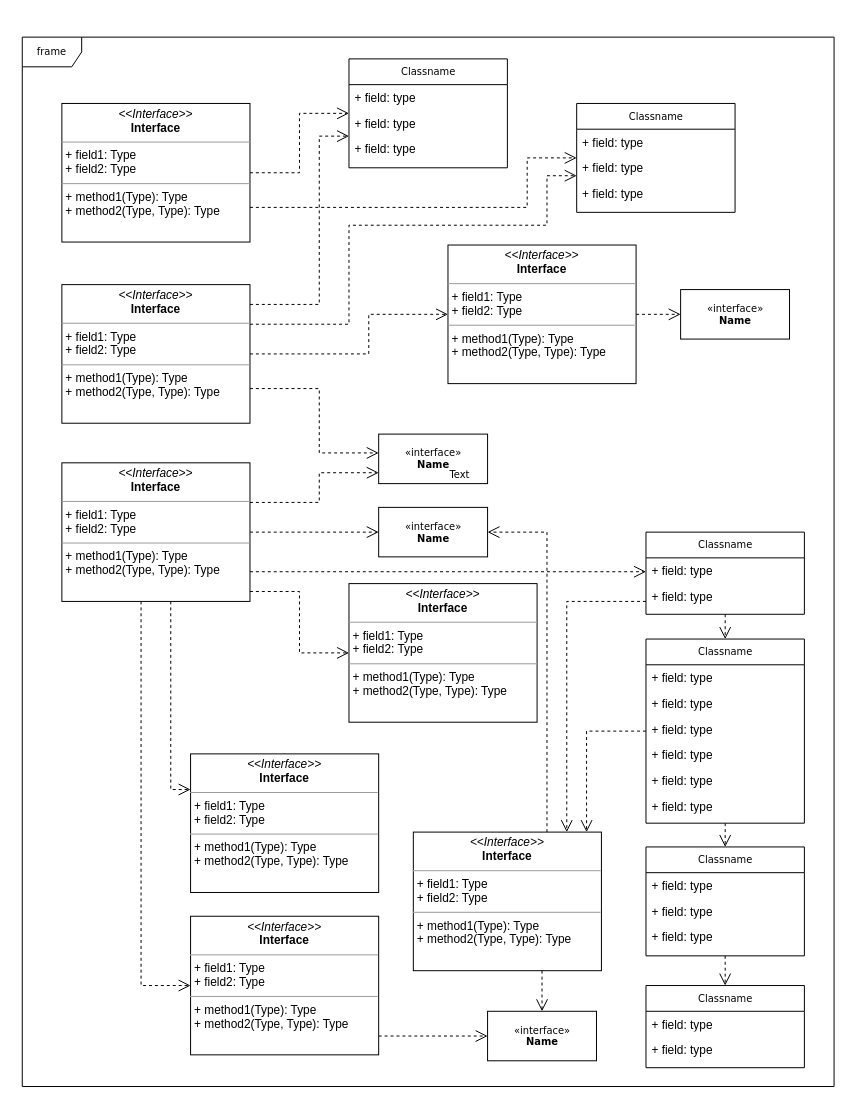
Earlier version of the draw.io diagram Untitled Diagram.drawio (alex90o/DiagramaDeClasesTpDigit). Source tidied: cells renumbered, new cells numbered last; positions are measured from the earlier drawing's top-left corner, leaving out a move shared by most shapes. Both pictures are drawn from the tidied source at 99%, with x=0, y=0 at pixel (22, 37).
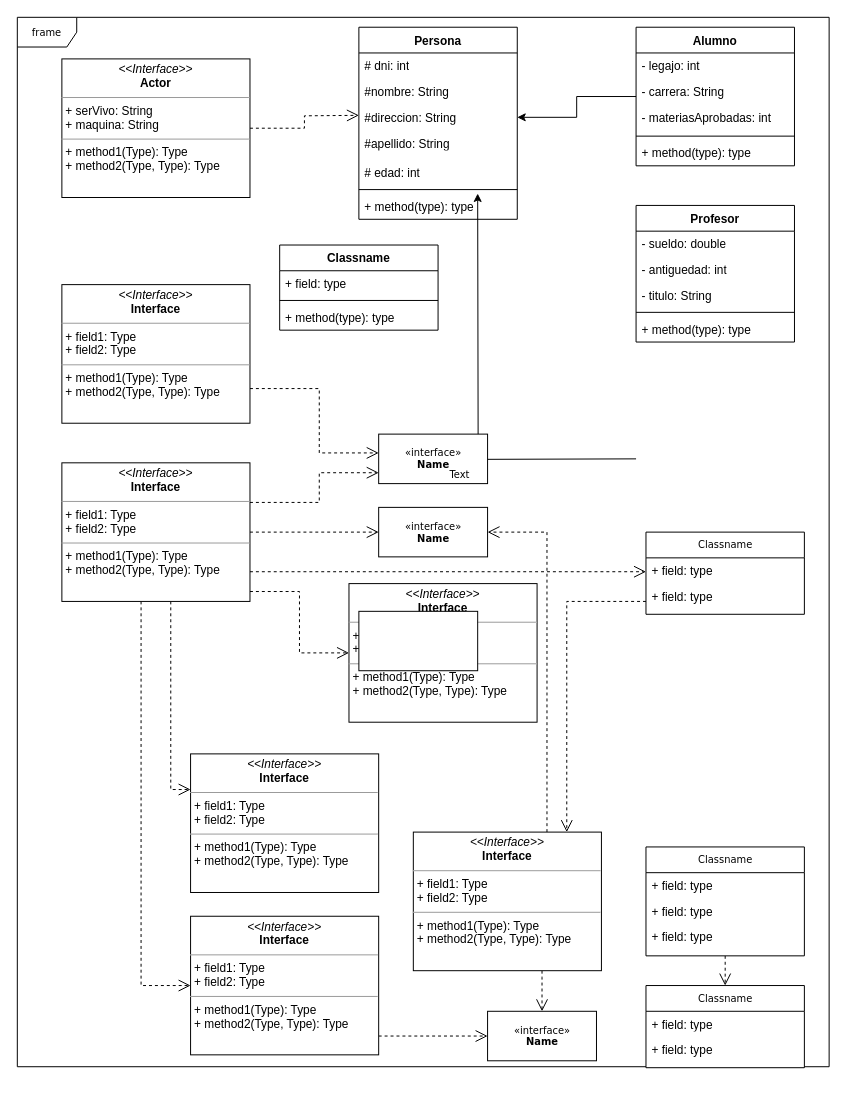
After the change.

Unchanged cells that the change refers to:
```xml
<mxCell id="24" value="Classname" style="swimlane;html=1;fontStyle=0;horizontal=1;startSize=26;fillColor=none;swimlaneFillColor=#ffffff;rounded=0;shadow=0;comic=0;labelBackgroundColor=none;strokeWidth=1;fontFamily=Verdana;fontSize=10;align=center;" parent="1" vertex="1">
  <mxGeometry x="630" y="818" width="160" height="110" as="geometry" />
</mxCell>
<mxCell id="29" value="Classname" style="swimlane;html=1;fontStyle=0;horizontal=1;startSize=26;fillColor=none;swimlaneFillColor=#ffffff;rounded=0;shadow=0;comic=0;labelBackgroundColor=none;strokeWidth=1;fontFamily=Verdana;fontSize=10;align=center;" parent="1" vertex="1">
  <mxGeometry x="630" y="500" width="160" height="83" as="geometry" />
</mxCell>
<mxCell id="35" value="&lt;p style=&quot;margin:0px;margin-top:4px;text-align:center;&quot;&gt;&lt;i&gt;&amp;lt;&amp;lt;Interface&amp;gt;&amp;gt;&lt;/i&gt;&lt;br/&gt;&lt;b&gt;Interface&lt;/b&gt;&lt;/p&gt;&lt;hr size=&quot;1&quot;/&gt;&lt;p style=&quot;margin:0px;margin-left:4px;&quot;&gt;+ field1: Type&lt;br/&gt;+ field2: Type&lt;/p&gt;&lt;hr size=&quot;1&quot;/&gt;&lt;p style=&quot;margin:0px;margin-left:4px;&quot;&gt;+ method1(Type): Type&lt;br/&gt;+ method2(Type, Type): Type&lt;/p&gt;" style="verticalAlign=top;align=left;overflow=fill;fontSize=12;fontFamily=Helvetica;html=1;rounded=0;shadow=0;comic=0;labelBackgroundColor=none;strokeWidth=1;" parent="1" vertex="1">
  <mxGeometry x="395" y="803" width="190" height="140" as="geometry" />
</mxCell>
<mxCell id="53" value="&lt;p style=&quot;margin:0px;margin-top:4px;text-align:center;&quot;&gt;&lt;i&gt;&amp;lt;&amp;lt;Interface&amp;gt;&amp;gt;&lt;/i&gt;&lt;br/&gt;&lt;b&gt;Interface&lt;/b&gt;&lt;/p&gt;&lt;hr size=&quot;1&quot;/&gt;&lt;p style=&quot;margin:0px;margin-left:4px;&quot;&gt;+ field1: Type&lt;br/&gt;+ field2: Type&lt;/p&gt;&lt;hr size=&quot;1&quot;/&gt;&lt;p style=&quot;margin:0px;margin-left:4px;&quot;&gt;+ method1(Type): Type&lt;br/&gt;+ method2(Type, Type): Type&lt;/p&gt;" style="verticalAlign=top;align=left;overflow=fill;fontSize=12;fontFamily=Helvetica;html=1;rounded=0;shadow=0;comic=0;labelBackgroundColor=none;strokeWidth=1;" parent="1" vertex="1">
  <mxGeometry x="40" y="250" width="190" height="140" as="geometry" />
</mxCell>
```

What changed in the source:
```diff
@@
     <mxCell id="2" value="frame" style="shape=umlFrame;whiteSpace=wrap;html=1;rounded=0;shadow=0;comic=0;labelBackgroundColor=none;strokeWidth=1;fontFamily=Verdana;fontSize=10;align=center;" parent="1" vertex="1">
-      <mxGeometry width="820" height="1060" as="geometry" />
+      <mxGeometry x="-5" y="-20" width="820" height="1060" as="geometry" />
     </mxCell>
-    <mxCell id="3" style="edgeStyle=orthogonalEdgeStyle;rounded=0;html=1;dashed=1;labelBackgroundColor=none;startFill=0;endArrow=open;endFill=0;endSize=10;fontFamily=Verdana;fontSize=10;" parent="1" edge="1" source="5" target="35">
-      <mxGeometry relative="1" as="geometry">
-        <Array as="points">
-          <mxPoint x="570" y="701" />
-        </Array>
-      </mxGeometry>
-    </mxCell>
-    <mxCell id="4" style="edgeStyle=orthogonalEdgeStyle;rounded=0;html=1;dashed=1;labelBackgroundColor=none;startFill=0;endArrow=open;endFill=0;endSize=10;fontFamily=Verdana;fontSize=10;" parent="1" edge="1" source="5" target="24">
-      <mxGeometry relative="1" as="geometry" />
-    </mxCell>
-    <mxCell id="5" value="Classname" style="swimlane;html=1;fontStyle=0;horizontal=1;startSize=26;fillColor=none;swimlaneFillColor=#ffffff;rounded=0;shadow=0;comic=0;labelBackgroundColor=none;strokeWidth=1;fontFamily=Verdana;fontSize=10;align=center;" parent="1" vertex="1">
-      <mxGeometry x="630" y="608" width="160" height="186" as="geometry" />
-    </mxCell>
-    <mxCell id="6" value="+ field: type" style="text;html=1;strokeColor=none;fillColor=none;align=left;verticalAlign=top;spacingLeft=4;spacingRight=4;whiteSpace=wrap;overflow=hidden;" parent="5" vertex="1">
-      <mxGeometry y="26" width="160" height="26" as="geometry" />
-    </mxCell>
-    <mxCell id="7" value="+ field: type" style="text;html=1;strokeColor=none;fillColor=none;align=left;verticalAlign=top;spacingLeft=4;spacingRight=4;whiteSpace=wrap;overflow=hidden;" parent="5" vertex="1">
-      <mxGeometry y="52" width="160" height="26" as="geometry" />
-    </mxCell>
-    <mxCell id="8" value="+ field: type" style="text;html=1;strokeColor=none;fillColor=none;align=left;verticalAlign=top;spacingLeft=4;spacingRight=4;whiteSpace=wrap;overflow=hidden;" parent="5" vertex="1">
-      <mxGeometry y="78" width="160" height="26" as="geometry" />
-    </mxCell>
-    <mxCell id="9" value="+ field: type" style="text;html=1;strokeColor=none;fillColor=none;align=left;verticalAlign=top;spacingLeft=4;spacingRight=4;whiteSpace=wrap;overflow=hidden;" parent="5" vertex="1">
-      <mxGeometry y="104" width="160" height="26" as="geometry" />
-    </mxCell>
-    <mxCell id="10" value="+ field: type" style="text;html=1;strokeColor=none;fillColor=none;align=left;verticalAlign=top;spacingLeft=4;spacingRight=4;whiteSpace=wrap;overflow=hidden;" parent="5" vertex="1">
-      <mxGeometry y="130" width="160" height="26" as="geometry" />
-    </mxCell>
-    <mxCell id="11" value="+ field: type" style="text;html=1;strokeColor=none;fillColor=none;align=left;verticalAlign=top;spacingLeft=4;spacingRight=4;whiteSpace=wrap;overflow=hidden;" parent="5" vertex="1">
-      <mxGeometry y="156" width="160" height="26" as="geometry" />
-    </mxCell>
-    <mxCell id="12" value="Classname" style="swimlane;html=1;fontStyle=0;horizontal=1;startSize=26;fillColor=none;swimlaneFillColor=#ffffff;rounded=0;shadow=0;comic=0;labelBackgroundColor=none;strokeWidth=1;fontFamily=Verdana;fontSize=10;align=center;" parent="1" vertex="1">
-      <mxGeometry x="330" y="22" width="160" height="110" as="geometry" />
-    </mxCell>
-    <mxCell id="13" value="+ field: type" style="text;html=1;strokeColor=none;fillColor=none;align=left;verticalAlign=top;spacingLeft=4;spacingRight=4;whiteSpace=wrap;overflow=hidden;" parent="12" vertex="1">
-      <mxGeometry y="26" width="160" height="26" as="geometry" />
-    </mxCell>
-    <mxCell id="14" value="+ field: type" style="text;html=1;strokeColor=none;fillColor=none;align=left;verticalAlign=top;spacingLeft=4;spacingRight=4;whiteSpace=wrap;overflow=hidden;" parent="12" vertex="1">
-      <mxGeometry y="52" width="160" height="26" as="geometry" />
-    </mxCell>
-    <mxCell id="15" value="+ field: type" style="text;html=1;strokeColor=none;fillColor=none;align=left;verticalAlign=top;spacingLeft=4;spacingRight=4;whiteSpace=wrap;overflow=hidden;" parent="12" vertex="1">
-      <mxGeometry y="78" width="160" height="26" as="geometry" />
-    </mxCell>
-    <mxCell id="16" value="Classname" style="swimlane;html=1;fontStyle=0;horizontal=1;startSize=26;fillColor=none;swimlaneFillColor=#ffffff;rounded=0;shadow=0;comic=0;labelBackgroundColor=none;strokeWidth=1;fontFamily=Verdana;fontSize=10;align=center;" parent="1" vertex="1">
-      <mxGeometry x="560" y="67" width="160" height="110" as="geometry" />
-    </mxCell>
-    <mxCell id="17" value="+ field: type" style="text;html=1;strokeColor=none;fillColor=none;align=left;verticalAlign=top;spacingLeft=4;spacingRight=4;whiteSpace=wrap;overflow=hidden;" parent="16" vertex="1">
-      <mxGeometry y="26" width="160" height="26" as="geometry" />
-    </mxCell>
-    <mxCell id="18" value="+ field: type" style="text;html=1;strokeColor=none;fillColor=none;align=left;verticalAlign=top;spacingLeft=4;spacingRight=4;whiteSpace=wrap;overflow=hidden;" parent="16" vertex="1">
-      <mxGeometry y="52" width="160" height="26" as="geometry" />
-    </mxCell>
-    <mxCell id="19" value="+ field: type" style="text;html=1;strokeColor=none;fillColor=none;align=left;verticalAlign=top;spacingLeft=4;spacingRight=4;whiteSpace=wrap;overflow=hidden;" parent="16" vertex="1">
-      <mxGeometry y="78" width="160" height="26" as="geometry" />
-    </mxCell>
+    <mxCell id="62" style="edgeStyle=orthogonalEdgeStyle;rounded=0;orthogonalLoop=1;jettySize=auto;html=1;entryX=0.75;entryY=1;entryDx=0;entryDy=0;" parent="1" edge="1">
+      <mxGeometry relative="1" as="geometry">
+        <mxPoint x="620" y="426" as="sourcePoint" />
+        <mxPoint x="460" y="158" as="targetPoint" />
+      </mxGeometry>
+    </mxCell>
@@
-    <mxCell id="28" style="edgeStyle=orthogonalEdgeStyle;rounded=0;html=1;dashed=1;labelBackgroundColor=none;startFill=0;endArrow=open;endFill=0;endSize=10;fontFamily=Verdana;fontSize=10;" parent="1" edge="1" source="29" target="5">
-      <mxGeometry relative="1" as="geometry" />
-    </mxCell>
@@
-    <mxCell id="42" style="edgeStyle=orthogonalEdgeStyle;rounded=0;html=1;dashed=1;labelBackgroundColor=none;startFill=0;endArrow=open;endFill=0;endSize=10;fontFamily=Verdana;fontSize=10;" parent="1" edge="1" source="43" target="45">
-      <mxGeometry relative="1" as="geometry" />
-    </mxCell>
-    <mxCell id="43" value="&lt;p style=&quot;margin:0px;margin-top:4px;text-align:center;&quot;&gt;&lt;i&gt;&amp;lt;&amp;lt;Interface&amp;gt;&amp;gt;&lt;/i&gt;&lt;br/&gt;&lt;b&gt;Interface&lt;/b&gt;&lt;/p&gt;&lt;hr size=&quot;1&quot;/&gt;&lt;p style=&quot;margin:0px;margin-left:4px;&quot;&gt;+ field1: Type&lt;br/&gt;+ field2: Type&lt;/p&gt;&lt;hr size=&quot;1&quot;/&gt;&lt;p style=&quot;margin:0px;margin-left:4px;&quot;&gt;+ method1(Type): Type&lt;br/&gt;+ method2(Type, Type): Type&lt;/p&gt;" style="verticalAlign=top;align=left;overflow=fill;fontSize=12;fontFamily=Helvetica;html=1;rounded=0;shadow=0;comic=0;labelBackgroundColor=none;strokeWidth=1;" parent="1" vertex="1">
-      <mxGeometry x="430" y="210" width="190" height="140" as="geometry" />
-    </mxCell>
@@
-    <mxCell id="45" value="&amp;laquo;interface&amp;raquo;&lt;br&gt;&lt;b&gt;Name&lt;/b&gt;" style="html=1;rounded=0;shadow=0;comic=0;labelBackgroundColor=none;strokeWidth=1;fontFamily=Verdana;fontSize=10;align=center;" parent="1" vertex="1">
-      <mxGeometry x="665" y="255" width="110" height="50" as="geometry" />
-    </mxCell>
-    <mxCell id="46" style="edgeStyle=orthogonalEdgeStyle;rounded=0;html=1;labelBackgroundColor=none;startFill=0;endArrow=open;endFill=0;endSize=10;fontFamily=Verdana;fontSize=10;dashed=1;" parent="1" edge="1" source="48" target="12">
-      <mxGeometry relative="1" as="geometry" />
+    <mxCell id="46" style="edgeStyle=orthogonalEdgeStyle;rounded=0;html=1;labelBackgroundColor=none;startFill=0;endArrow=open;endFill=0;endSize=10;fontFamily=Verdana;fontSize=10;dashed=1;" parent="1" edge="1" source="48">
+      <mxGeometry relative="1" as="geometry">
+        <mxPoint x="340" y="79" as="targetPoint" />
+      </mxGeometry>
     </mxCell>
-    <mxCell id="47" style="edgeStyle=orthogonalEdgeStyle;rounded=0;html=1;exitX=1;exitY=0.75;dashed=1;labelBackgroundColor=none;startFill=0;endArrow=open;endFill=0;endSize=10;fontFamily=Verdana;fontSize=10;" parent="1" edge="1" source="48" target="16">
-      <mxGeometry relative="1" as="geometry">
-        <Array as="points">
-          <mxPoint x="510" y="172" />
-          <mxPoint x="510" y="122" />
-        </Array>
-      </mxGeometry>
-    </mxCell>
-    <mxCell id="48" value="&lt;p style=&quot;margin:0px;margin-top:4px;text-align:center;&quot;&gt;&lt;i&gt;&amp;lt;&amp;lt;Interface&amp;gt;&amp;gt;&lt;/i&gt;&lt;br/&gt;&lt;b&gt;Interface&lt;/b&gt;&lt;/p&gt;&lt;hr size=&quot;1&quot;/&gt;&lt;p style=&quot;margin:0px;margin-left:4px;&quot;&gt;+ field1: Type&lt;br/&gt;+ field2: Type&lt;/p&gt;&lt;hr size=&quot;1&quot;/&gt;&lt;p style=&quot;margin:0px;margin-left:4px;&quot;&gt;+ method1(Type): Type&lt;br/&gt;+ method2(Type, Type): Type&lt;/p&gt;" style="verticalAlign=top;align=left;overflow=fill;fontSize=12;fontFamily=Helvetica;html=1;rounded=0;shadow=0;comic=0;labelBackgroundColor=none;strokeWidth=1;" parent="1" vertex="1">
-      <mxGeometry x="40" y="67" width="190" height="140" as="geometry" />
+    <mxCell id="48" value="&lt;p style=&quot;margin: 0px ; margin-top: 4px ; text-align: center&quot;&gt;&lt;i&gt;&amp;lt;&amp;lt;Interface&amp;gt;&amp;gt;&lt;/i&gt;&lt;br&gt;&lt;b&gt;Actor&lt;/b&gt;&lt;/p&gt;&lt;hr size=&quot;1&quot;&gt;&lt;p style=&quot;margin: 0px ; margin-left: 4px&quot;&gt;+ serVivo: String&lt;br&gt;+ maquina: String&lt;/p&gt;&lt;hr size=&quot;1&quot;&gt;&lt;p style=&quot;margin: 0px ; margin-left: 4px&quot;&gt;+ method1(Type): Type&lt;br&gt;+ method2(Type, Type): Type&lt;/p&gt;" style="verticalAlign=top;align=left;overflow=fill;fontSize=12;fontFamily=Helvetica;html=1;rounded=0;shadow=0;comic=0;labelBackgroundColor=none;strokeWidth=1;" parent="1" vertex="1">
+      <mxGeometry x="40" y="22" width="190" height="140" as="geometry" />
     </mxCell>
-    <mxCell id="49" style="edgeStyle=orthogonalEdgeStyle;rounded=0;html=1;dashed=1;labelBackgroundColor=none;startFill=0;endArrow=open;endFill=0;endSize=10;fontFamily=Verdana;fontSize=10;" parent="1" edge="1" source="53" target="12">
-      <mxGeometry relative="1" as="geometry">
-        <Array as="points">
-          <mxPoint x="300" y="270" />
-          <mxPoint x="300" y="100" />
-        </Array>
-      </mxGeometry>
-    </mxCell>
-    <mxCell id="50" style="edgeStyle=orthogonalEdgeStyle;rounded=0;html=1;dashed=1;labelBackgroundColor=none;startFill=0;endArrow=open;endFill=0;endSize=10;fontFamily=Verdana;fontSize=10;" parent="1" edge="1" source="53" target="16">
-      <mxGeometry relative="1" as="geometry">
-        <Array as="points">
-          <mxPoint x="330" y="290" />
-          <mxPoint x="330" y="190" />
-          <mxPoint x="530" y="190" />
-          <mxPoint x="530" y="140" />
-        </Array>
-      </mxGeometry>
-    </mxCell>
-    <mxCell id="51" style="edgeStyle=orthogonalEdgeStyle;rounded=0;html=1;dashed=1;labelBackgroundColor=none;startFill=0;endArrow=open;endFill=0;endSize=10;fontFamily=Verdana;fontSize=10;" parent="1" edge="1" source="53" target="43">
-      <mxGeometry relative="1" as="geometry">
-        <Array as="points">
-          <mxPoint x="350" y="320" />
-          <mxPoint x="350" y="280" />
-        </Array>
-      </mxGeometry>
-    </mxCell>
@@
+    <mxCell id="63" style="rounded=0;whiteSpace=wrap;html=1;" parent="1" vertex="1">
+      <mxGeometry x="340" y="580" width="120" height="60" as="geometry" />
+    </mxCell>
+    <mxCell id="64" value="Persona" style="swimlane;fontStyle=1;align=center;verticalAlign=top;horizontal=1;startSize=26;" parent="1" vertex="1">
+      <mxGeometry x="340" y="-10" width="160" height="194" as="geometry" />
+    </mxCell>
+    <mxCell id="65" value="# dni: int" style="text;html=1;strokeColor=none;fillColor=none;align=left;verticalAlign=top;spacingLeft=4;spacingRight=4;whiteSpace=wrap;overflow=hidden;" parent="64" vertex="1">
+      <mxGeometry y="26" width="160" height="26" as="geometry" />
+    </mxCell>
+    <mxCell id="66" value="#nombre: String" style="text;html=1;strokeColor=none;fillColor=none;align=left;verticalAlign=top;spacingLeft=4;spacingRight=4;whiteSpace=wrap;overflow=hidden;" parent="64" vertex="1">
+      <mxGeometry y="52" width="160" height="26" as="geometry" />
+    </mxCell>
+    <mxCell id="67" value="#direccion: String" style="text;html=1;strokeColor=none;fillColor=none;align=left;verticalAlign=top;spacingLeft=4;spacingRight=4;whiteSpace=wrap;overflow=hidden;points=[[0,0.5],[1,0.5]];portConstraint=eastwest;" parent="64" vertex="1">
+      <mxGeometry y="78" width="160" height="26" as="geometry" />
+    </mxCell>
+    <mxCell id="68" value="#apellido: String&lt;br&gt;" style="text;html=1;strokeColor=none;fillColor=none;align=left;verticalAlign=top;spacingLeft=4;spacingRight=4;whiteSpace=wrap;overflow=hidden;" parent="64" vertex="1">
+      <mxGeometry y="104" width="160" height="30" as="geometry" />
+    </mxCell>
+    <mxCell id="69" value="# edad: int" style="text;html=1;strokeColor=none;fillColor=none;align=left;verticalAlign=top;spacingLeft=4;spacingRight=4;whiteSpace=wrap;overflow=hidden;" parent="64" vertex="1">
+      <mxGeometry y="134" width="160" height="26" as="geometry" />
+    </mxCell>
+    <mxCell id="70" style="line;strokeWidth=1;fillColor=none;align=left;verticalAlign=middle;spacingTop=-1;spacingLeft=3;spacingRight=3;labelPosition=right;" parent="64" vertex="1">
+      <mxGeometry y="160" width="160" height="8" as="geometry" />
+    </mxCell>
+    <mxCell id="71" value="+ method(type): type" style="text;strokeColor=none;fillColor=none;align=left;verticalAlign=top;spacingLeft=4;spacingRight=4;overflow=hidden;" parent="64" vertex="1">
+      <mxGeometry y="168" width="160" height="26" as="geometry" />
+    </mxCell>
+    <mxCell id="72" value="Classname" style="swimlane;fontStyle=1;align=center;verticalAlign=top;horizontal=1;startSize=26;" parent="1" vertex="1">
+      <mxGeometry x="260" y="210" width="160" height="86" as="geometry" />
+    </mxCell>
+    <mxCell id="73" value="+ field: type" style="text;strokeColor=none;fillColor=none;align=left;verticalAlign=top;spacingLeft=4;spacingRight=4;overflow=hidden;" parent="72" vertex="1">
+      <mxGeometry y="26" width="160" height="26" as="geometry" />
+    </mxCell>
+    <mxCell id="74" style="line;strokeWidth=1;fillColor=none;align=left;verticalAlign=middle;spacingTop=-1;spacingLeft=3;spacingRight=3;labelPosition=right;" parent="72" vertex="1">
+      <mxGeometry y="52" width="160" height="8" as="geometry" />
+    </mxCell>
+    <mxCell id="75" value="+ method(type): type" style="text;strokeColor=none;fillColor=none;align=left;verticalAlign=top;spacingLeft=4;spacingRight=4;overflow=hidden;" parent="72" vertex="1">
+      <mxGeometry y="60" width="160" height="26" as="geometry" />
+    </mxCell>
+    <mxCell id="76" value="Profesor" style="swimlane;fontStyle=1;align=center;verticalAlign=top;horizontal=1;startSize=26;" parent="1" vertex="1">
+      <mxGeometry x="620" y="170" width="160" height="138" as="geometry" />
+    </mxCell>
+    <mxCell id="6" value="- sueldo: double" style="text;html=1;strokeColor=none;fillColor=none;align=left;verticalAlign=top;spacingLeft=4;spacingRight=4;whiteSpace=wrap;overflow=hidden;" parent="76" vertex="1">
+      <mxGeometry y="26" width="160" height="26" as="geometry" />
+    </mxCell>
+    <mxCell id="7" value="- antiguedad: int" style="text;html=1;strokeColor=none;fillColor=none;align=left;verticalAlign=top;spacingLeft=4;spacingRight=4;whiteSpace=wrap;overflow=hidden;" parent="76" vertex="1">
+      <mxGeometry y="52" width="160" height="26" as="geometry" />
+    </mxCell>
+    <mxCell id="77" value="- titulo: String" style="text;html=1;strokeColor=none;fillColor=none;align=left;verticalAlign=top;spacingLeft=4;spacingRight=4;whiteSpace=wrap;overflow=hidden;" parent="76" vertex="1">
+      <mxGeometry y="78" width="160" height="26" as="geometry" />
+    </mxCell>
+    <mxCell id="78" style="line;strokeWidth=1;fillColor=none;align=left;verticalAlign=middle;spacingTop=-1;spacingLeft=3;spacingRight=3;labelPosition=right;" parent="76" vertex="1">
+      <mxGeometry y="104" width="160" height="8" as="geometry" />
+    </mxCell>
+    <mxCell id="79" value="+ method(type): type" style="text;strokeColor=none;fillColor=none;align=left;verticalAlign=top;spacingLeft=4;spacingRight=4;overflow=hidden;" parent="76" vertex="1">
+      <mxGeometry y="112" width="160" height="26" as="geometry" />
+    </mxCell>
+    <mxCell id="80" style="edgeStyle=orthogonalEdgeStyle;rounded=0;jettySize=auto;html=1;" parent="1" edge="1" source="81" target="67">
+      <mxGeometry relative="1" as="geometry" />
+    </mxCell>
+    <mxCell id="81" value="Alumno" style="swimlane;fontStyle=1;align=center;verticalAlign=top;horizontal=1;startSize=26;" parent="1" vertex="1">
+      <mxGeometry x="620" y="-10" width="160" height="140" as="geometry" />
+    </mxCell>
+    <mxCell id="82" value="- legajo: int" style="text;html=1;strokeColor=none;fillColor=none;align=left;verticalAlign=top;spacingLeft=4;spacingRight=4;whiteSpace=wrap;overflow=hidden;" parent="81" vertex="1">
+      <mxGeometry y="26" width="160" height="26" as="geometry" />
+    </mxCell>
+    <mxCell id="83" value="- carrera: String" style="text;html=1;strokeColor=none;fillColor=none;align=left;verticalAlign=top;spacingLeft=4;spacingRight=4;whiteSpace=wrap;overflow=hidden;" parent="81" vertex="1">
+      <mxGeometry y="52" width="160" height="26" as="geometry" />
+    </mxCell>
+    <mxCell id="84" value="- materiasAprobadas: int" style="text;html=1;strokeColor=none;fillColor=none;align=left;verticalAlign=top;spacingLeft=4;spacingRight=4;whiteSpace=wrap;overflow=hidden;" parent="81" vertex="1">
+      <mxGeometry y="78" width="160" height="28" as="geometry" />
+    </mxCell>
+    <mxCell id="85" style="line;strokeWidth=1;fillColor=none;align=left;verticalAlign=middle;spacingTop=-1;spacingLeft=3;spacingRight=3;labelPosition=right;" parent="81" vertex="1">
+      <mxGeometry y="106" width="160" height="8" as="geometry" />
+    </mxCell>
+    <mxCell id="86" value="+ method(type): type" style="text;strokeColor=none;fillColor=none;align=left;verticalAlign=top;spacingLeft=4;spacingRight=4;overflow=hidden;" parent="81" vertex="1">
+      <mxGeometry y="114" width="160" height="26" as="geometry" />
+    </mxCell>
```
